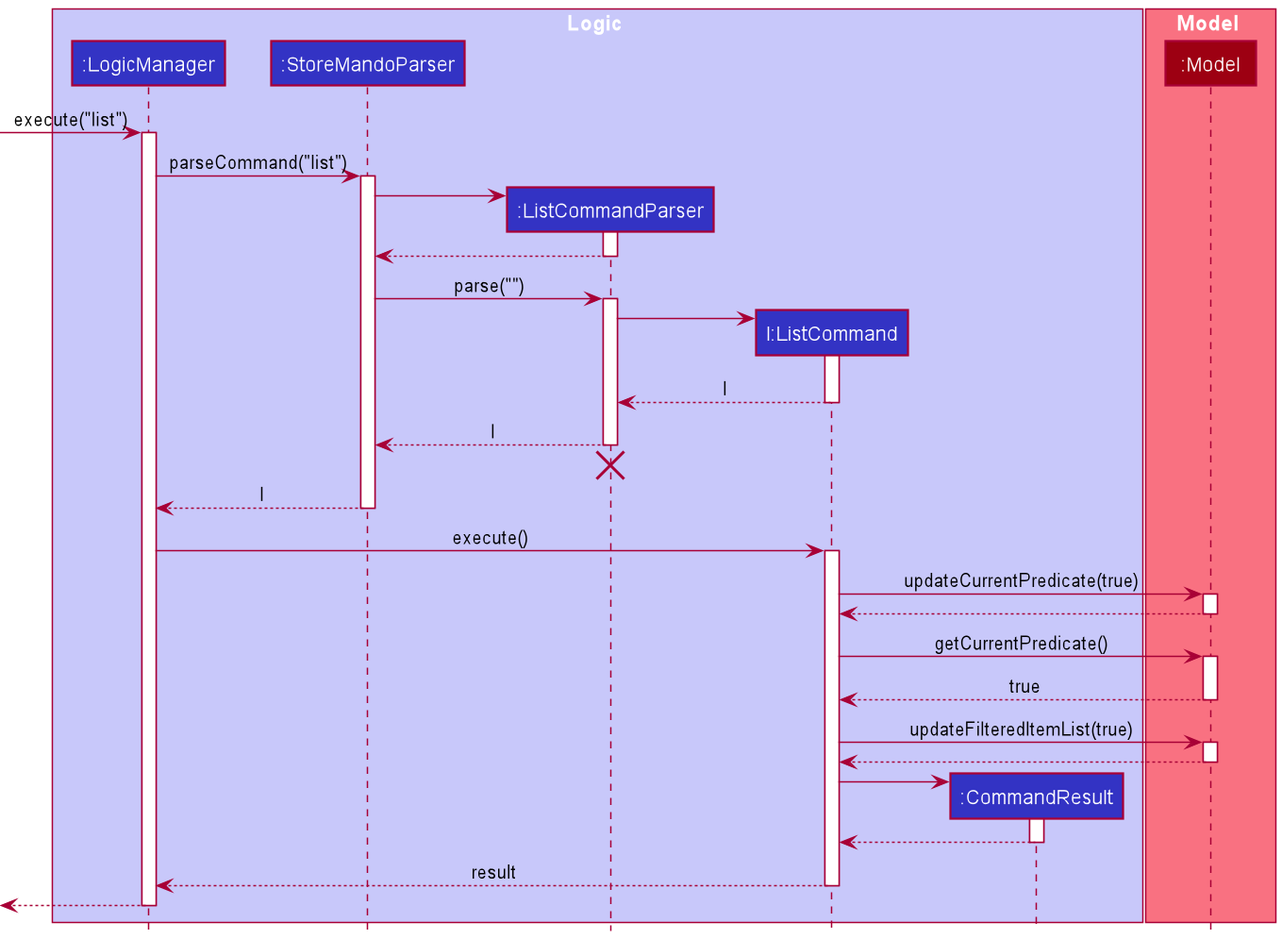
Before: docs/images/ListStoreMandoSequenceDiagram.png, a diagram exported from PlantUML (nus-cs2103-AY2021S2/tp).
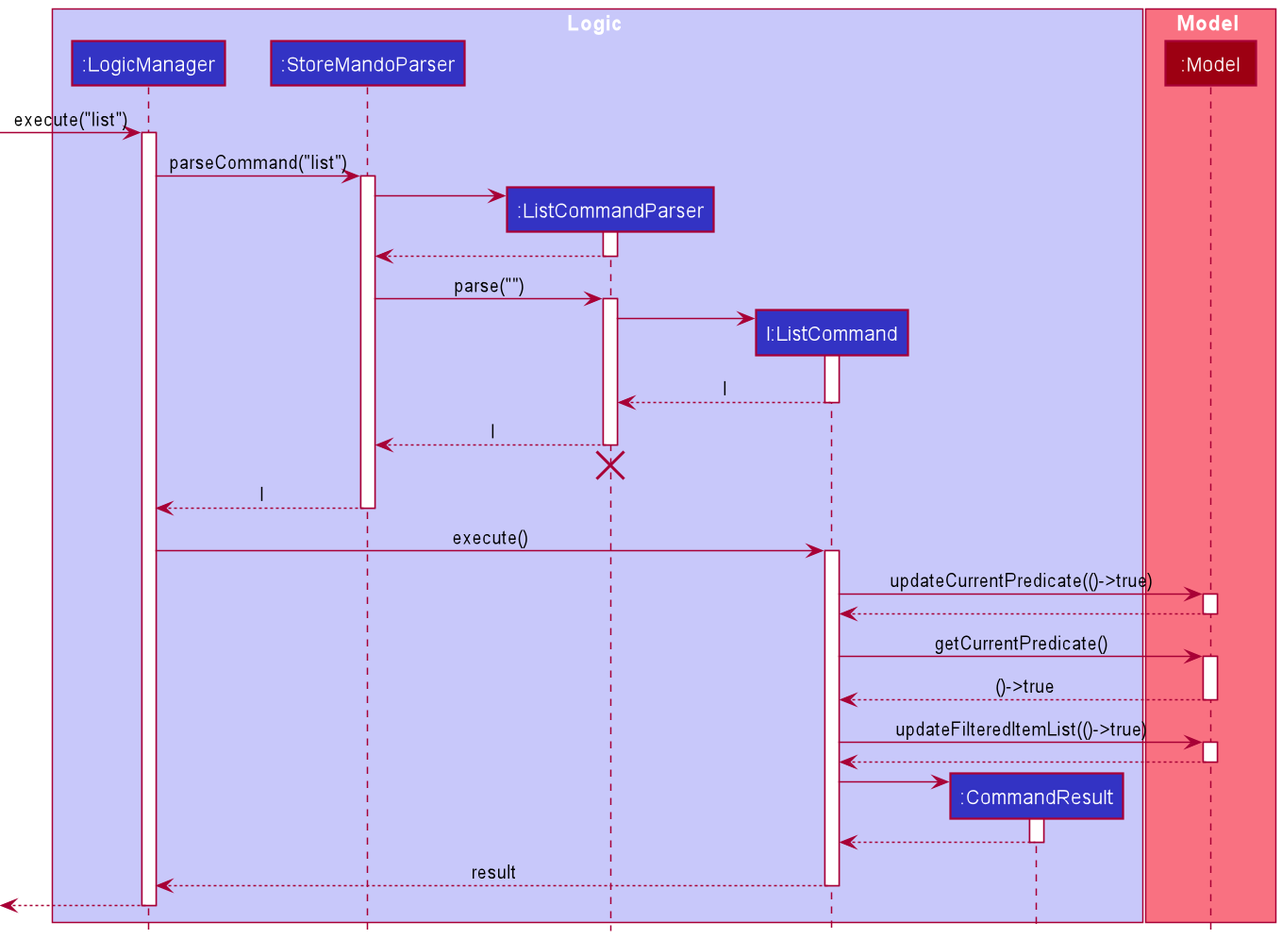
Above is the later version.

Commit message:
Make changes to conditional statement in activity diagrams, sequence diagram and implementation step

Diff of the diagram source:
```diff
@@ -47,7 +47,7 @@
 LogicManager -> ListCommand : execute()
 activate ListCommand
 
-ListCommand -> Model : updateCurrentPredicate(true)
+ListCommand -> Model : updateCurrentPredicate(()->true)
 activate Model
 
 Model --> ListCommand
@@ -56,10 +56,10 @@
 ListCommand -> Model : getCurrentPredicate()
 activate Model
 
-Model --> ListCommand : true
+Model --> ListCommand : ()->true
 deactivate Model
 
-ListCommand -> Model : updateFilteredItemList(true)
+ListCommand -> Model : updateFilteredItemList(()->true)
 activate Model
 
 Model --> ListCommand
```
